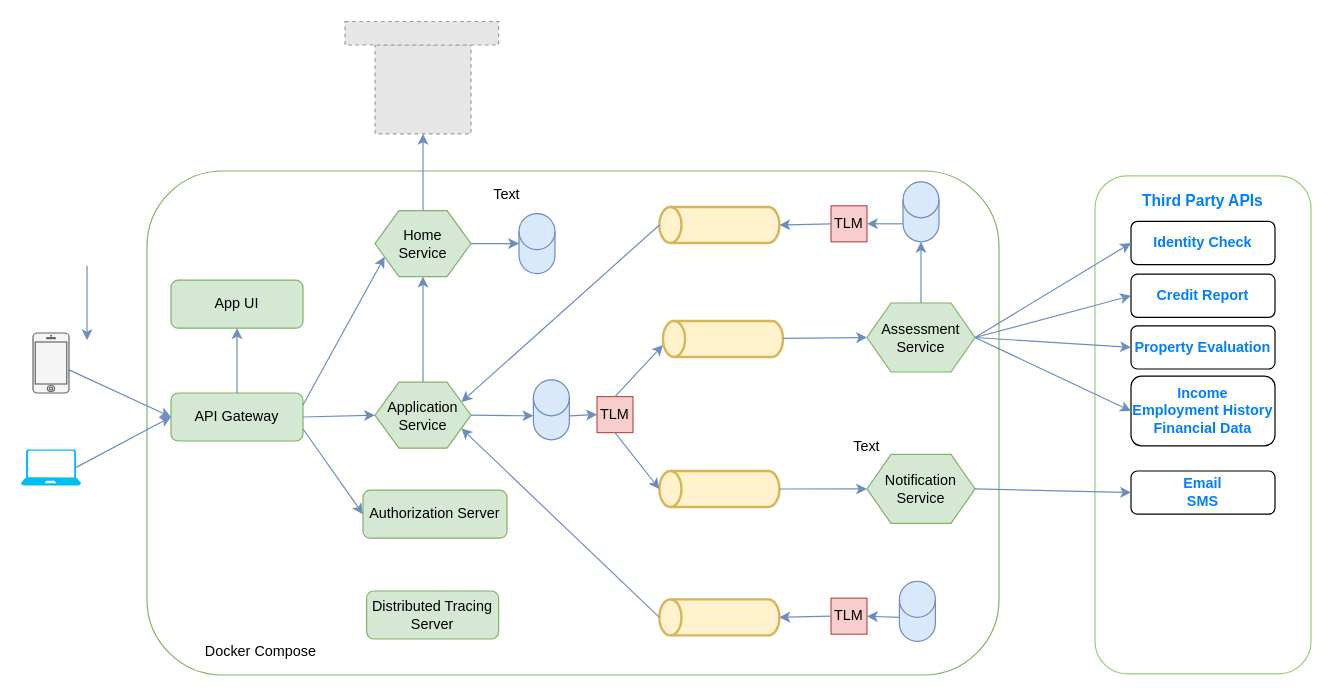
This is 02-architecture/02-logical-components-docker.drawio from huynm20051990/loan-origination-system, a draw.io file, before an edit. Source tidied: cells renumbered, new cells numbered last; positions are measured from the earlier drawing's top-left corner, leaving out a move shared by most shapes. Both pictures are drawn from the tidied source at 120%, with x=0, y=0 at pixel (20, 20). Pictures stored in the file or linked from it are replaced by grey dashed boxes.
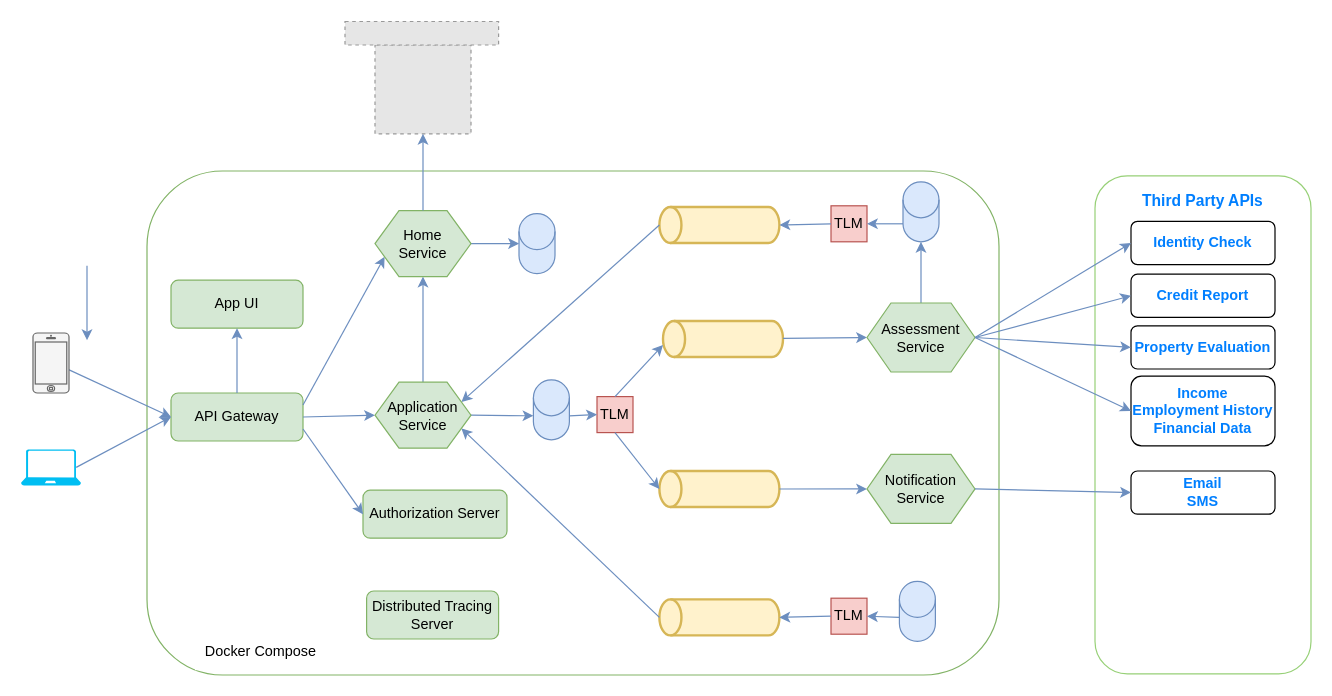
The same diagram, later.

Commit message (it also covers changes not shown here):
Update High Level Design diagram

Change to the diagram source:
```diff
@@
-    <mxCell id="48" value="Text" style="text;html=1;whiteSpace=wrap;strokeColor=none;fillColor=none;align=center;verticalAlign=middle;rounded=0;" parent="1" vertex="1">
-      <mxGeometry x="375" y="130" width="60" height="30" as="geometry" />
-    </mxCell>
@@
-    <mxCell id="52" value="Text" style="text;html=1;whiteSpace=wrap;strokeColor=none;fillColor=none;align=center;verticalAlign=middle;rounded=0;" parent="1" vertex="1">
-      <mxGeometry x="675" y="340" width="60" height="30" as="geometry" />
-    </mxCell>
```
